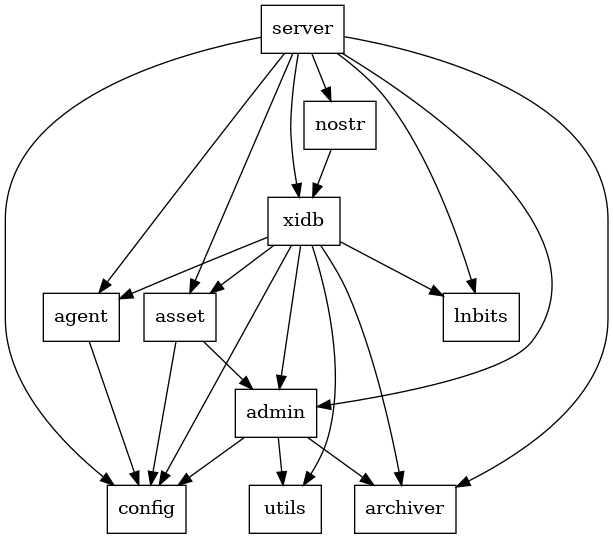
This is design/modules.png from macterra/artx-market, a Graphviz export, as it was before one commit. Its source is kept beside it as design/modules.dot.
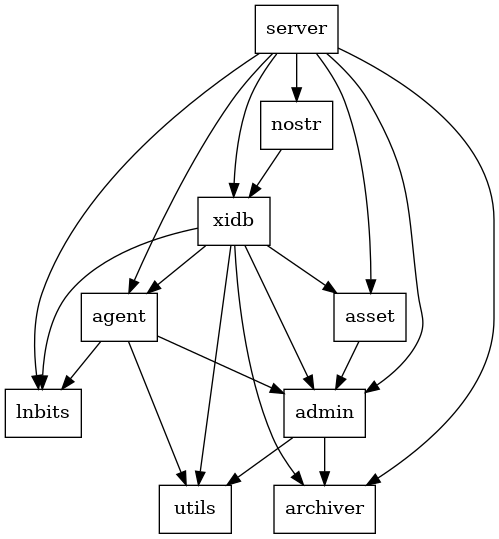
After the change.

Commit message:
Updated modules design

The edit, as a diff of the source:
```diff
@@ -1,17 +1,16 @@
 digraph G {
   node [shape=box];
-  xidb -> config;
   xidb -> agent;
   xidb -> asset;
   xidb -> admin;
   xidb -> utils;
   xidb -> archiver;
   xidb -> lnbits;
-  agent -> config;
-  admin -> config;
+  agent -> admin;
+  agent -> lnbits;
+  agent -> utils;
   admin -> utils;
   admin -> archiver;
-  server -> config;
   server -> lnbits;
   server -> agent;
   server -> asset;
@@ -20,6 +19,5 @@
   server -> archiver;
   server -> nostr;
   nostr -> xidb;
-  asset -> config;
   asset -> admin;
 }
```
